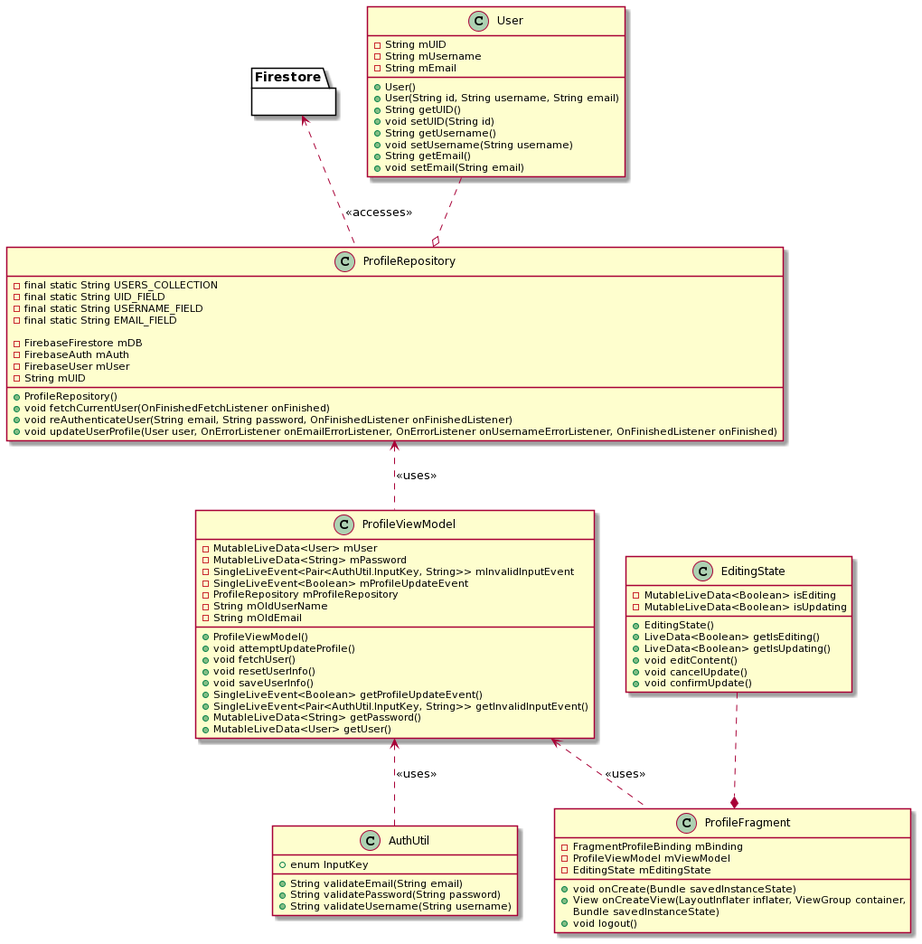
Above: doc/UML/Profile.png in CMPUT301F20T24/Unlibrary (PlantUML), before the change.
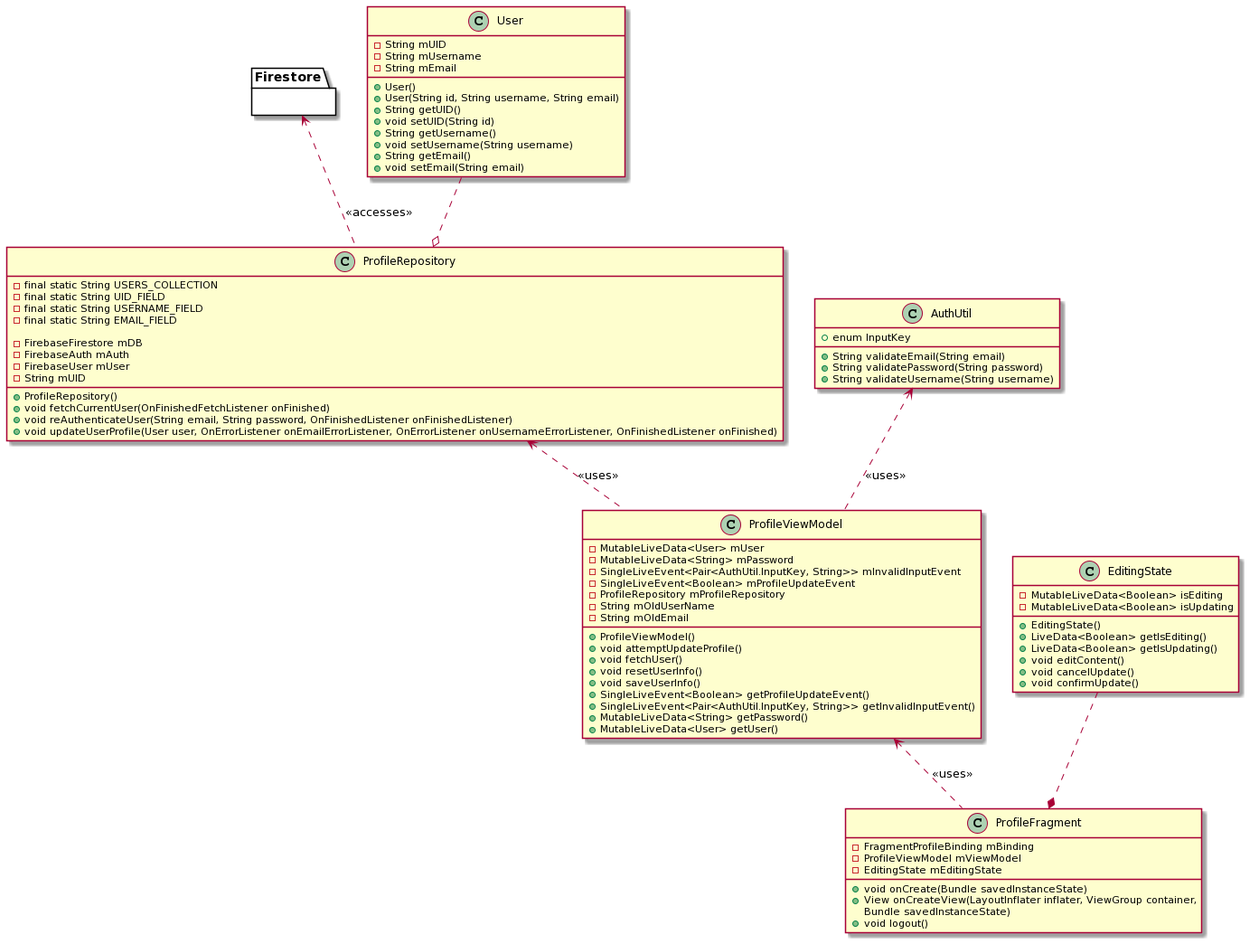
Above is the later version.

Commit message:
upddated pngs

What changed in the source:
```diff
@@ -89,5 +89,5 @@
 +String validateUsername(String username)
 }
 
-ProfileViewModel <.. AuthUtil: <<uses>>
+AuthUtil <.. ProfileViewModel: <<uses>>
 @enduml
```
